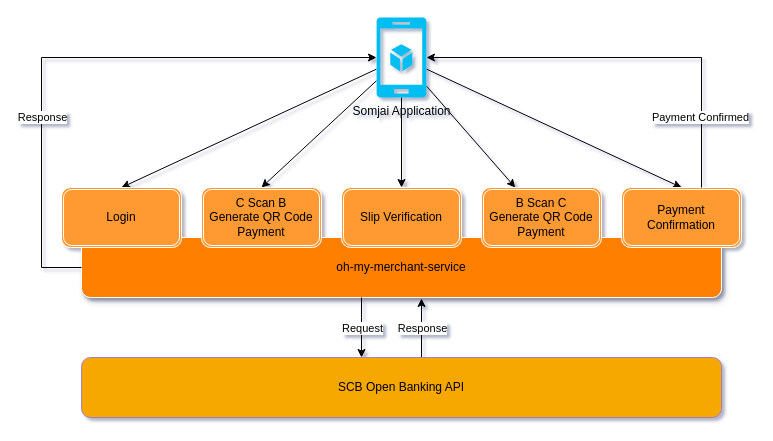
Before: docs/draw.io/diagram.drawio in ayuthmang/scb-openapi-oh-my-merchant-service, a draw.io diagram. Source tidied: cells renumbered, new cells numbered last; positions are measured from the earlier drawing's top-left corner, leaving out a move shared by most shapes. Both pictures are drawn from the tidied source at 100%, with x=0, y=0 at pixel (41, 17).
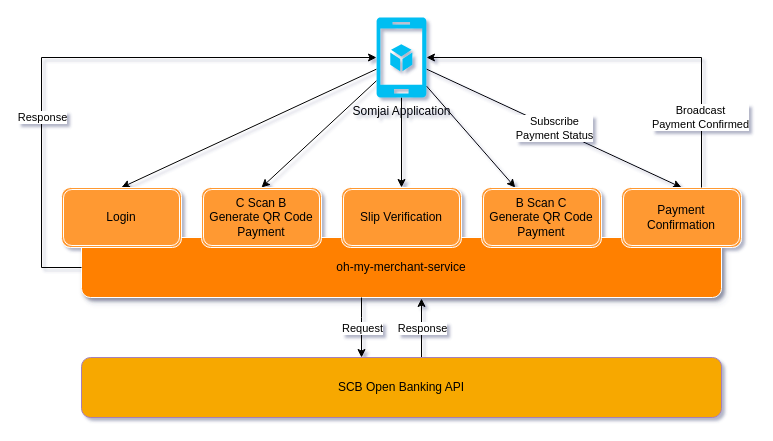
After the change.

Commit message (it also covers changes not shown here):
:hammer: Fixes diagram, image

- Remove an arrow that client pointed to the service.
- Add wording: 'subscribe', and 'broadcast'.

Unchanged cells that the change refers to:
```xml
<mxCell id="10" value="Somjai Application" style="verticalLabelPosition=bottom;html=1;verticalAlign=top;align=center;strokeColor=none;fillColor=#00BEF2;shape=mxgraph.azure.mobile_services;" parent="1" vertex="1">
  <mxGeometry x="335" width="50" height="80" as="geometry" />
</mxCell>
<mxCell id="17" value="Payment Confirmation" style="shape=ext;double=1;rounded=1;whiteSpace=wrap;html=1;shadow=0;strokeColor=#FFFFFF;fillColor=#FF9933;" parent="11" vertex="1">
  <mxGeometry x="560" width="120" height="60" as="geometry" />
</mxCell>
<mxCell id="18" style="edgeStyle=orthogonalEdgeStyle;rounded=0;jettySize=auto;html=1;entryX=1;entryY=0.5;entryDx=0;entryDy=0;entryPerimeter=0;" parent="1" edge="1" source="17" target="10">
  <mxGeometry relative="1" as="geometry">
    <Array as="points">
      <mxPoint x="660" y="40" />
    </Array>
  </mxGeometry>
</mxCell>
```

What changed in the source:
```diff
@@
-    <mxCell id="9" style="rounded=0;jettySize=auto;html=1;entryX=0.5;entryY=0;entryDx=0;entryDy=0;" parent="1" edge="1" source="10" target="17">
+    <mxCell id="9" value="Subscribe&lt;br&gt;Payment Status" style="rounded=0;jettySize=auto;html=1;entryX=0.5;entryY=0;entryDx=0;entryDy=0;" parent="1" edge="1" source="10" target="17">
       <mxGeometry relative="1" as="geometry" />
     </mxCell>
@@
-    <mxCell id="19" value="Payment Confirmed" style="edgeLabel;html=1;align=center;verticalAlign=middle;" parent="18" vertex="1">
+    <mxCell id="19" value="Broadcast&lt;br&gt;Payment Confirmed" style="edgeLabel;html=1;align=center;verticalAlign=middle;" parent="18" vertex="1">
       <mxGeometry x="-0.2" y="97" relative="1" as="geometry">
         <mxPoint x="30.6" y="-37.1" as="offset" />
       </mxGeometry>
     </mxCell>
```
